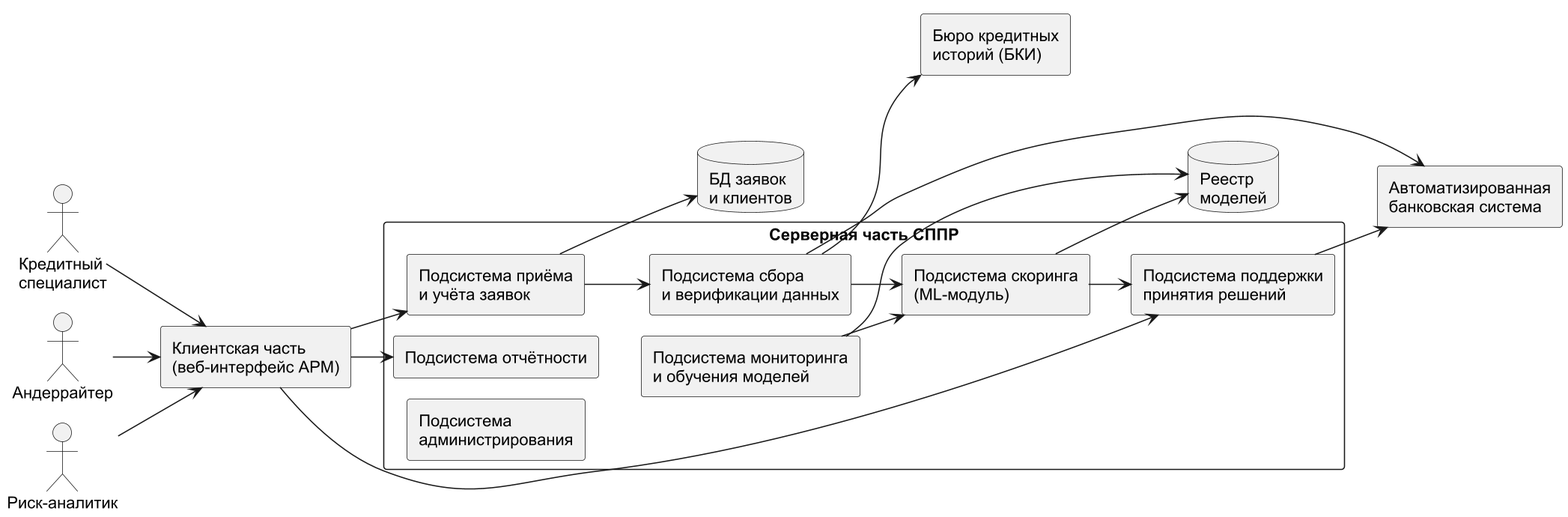
The PlantUML diagram diagrams/pr3_architecture.png in DarkSwordman999/credit-scoring-dss, before a commit.
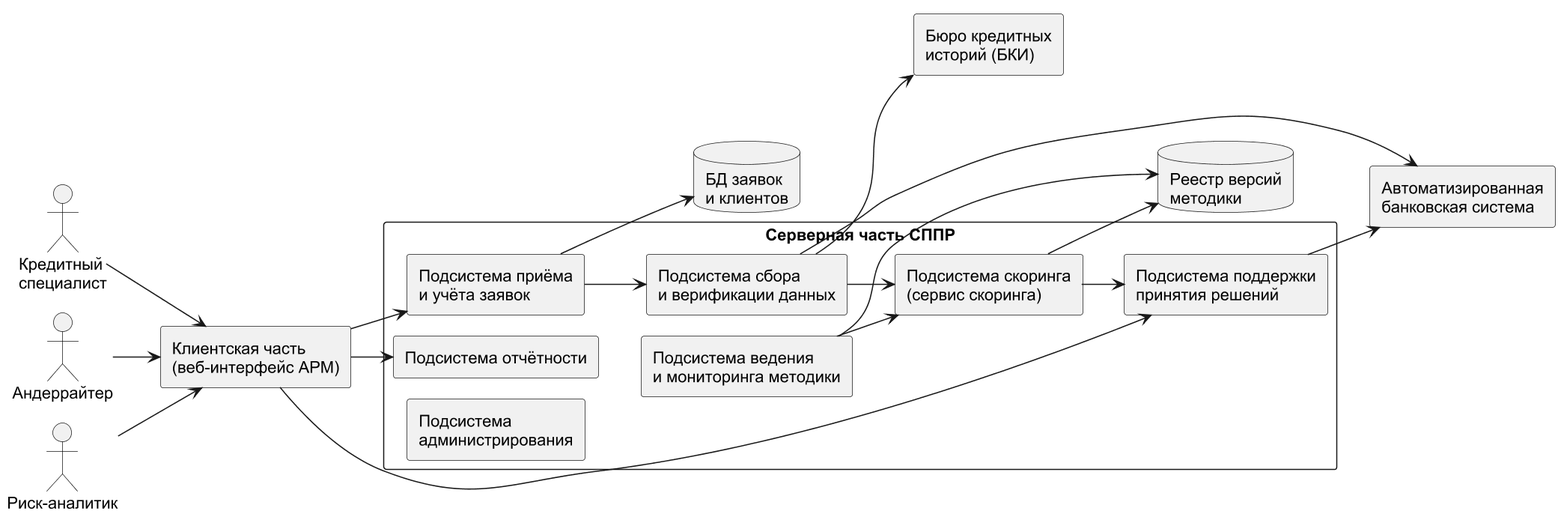
Above is the later version.

Change to the diagram source:
```diff
@@ -13,14 +13,14 @@
 rectangle "Серверная часть СППР" as SRV {
   rectangle "Подсистема приёма\nи учёта заявок" as A
   rectangle "Подсистема сбора\nи верификации данных" as B
-  rectangle "Подсистема скоринга\n(ML-модуль)" as C
+  rectangle "Подсистема скоринга\n(сервис скоринга)" as C
   rectangle "Подсистема поддержки\nпринятия решений" as D
-  rectangle "Подсистема мониторинга\nи обучения моделей" as E
+  rectangle "Подсистема ведения\nи мониторинга методики" as E
   rectangle "Подсистема отчётности" as F
   rectangle "Подсистема\nадминистрирования" as G
 }
 database "БД заявок\nи клиентов" as DB
-database "Реестр\nмоделей" as MR
+database "Реестр версий\nметодики" as MR
 rectangle "Бюро кредитных\nисторий (БКИ)" as BKI
 rectangle "Автоматизированная\nбанковская система" as ABS
 KS --> UI
```
